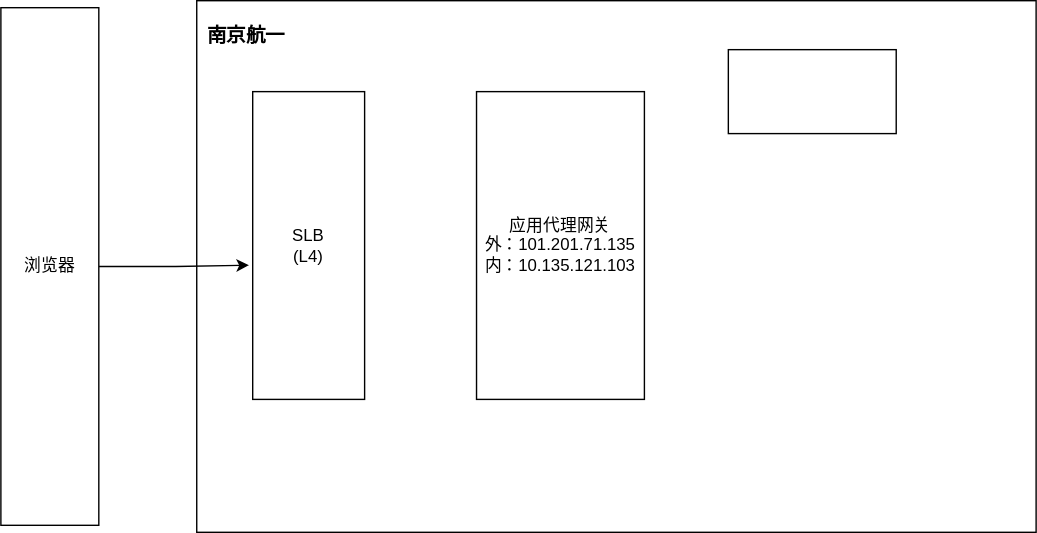
This is IDaaS应用网关代理网络拓扑图.svg from deepinsea/draw, a draw.io export, as it was before one commit. Source tidied: cells renumbered, new cells last; positions are measured from the earlier drawing's top-left corner, leaving out a move shared by most shapes.
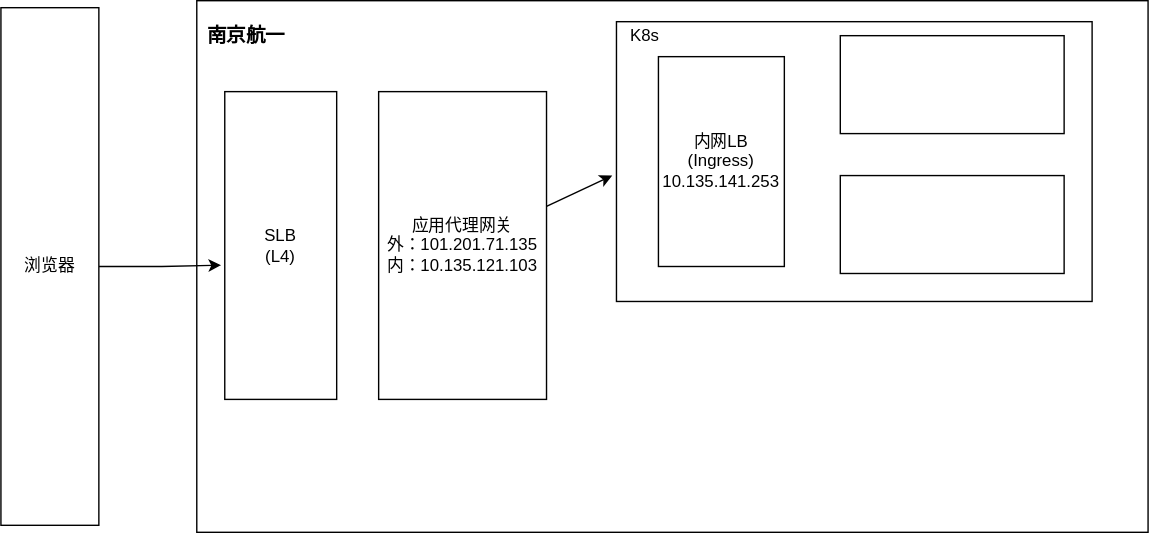
Above is the later version.

Commit message:
更新IDaaS应用网关代理网络拓扑图.svg

Diff of the diagram source:
```diff
@@ -3,7 +3,7 @@
     <mxCell id="0" />
     <mxCell id="1" parent="0" />
     <mxCell id="2" style="rounded=0;whiteSpace=wrap;html=1;" parent="1" vertex="1">
-      <mxGeometry x="140" width="600" height="380" as="geometry" />
+      <mxGeometry x="140" width="680" height="380" as="geometry" />
     </mxCell>
     <mxCell id="3" style="edgeStyle=orthogonalEdgeStyle;rounded=0;jettySize=auto;html=1;entryX=-0.033;entryY=0.564;entryDx=0;entryDy=0;entryPerimeter=0;" parent="1" edge="1" source="4" target="5">
       <mxGeometry relative="1" as="geometry" />
@@ -12,16 +12,31 @@
       <mxGeometry y="5" width="70" height="370" as="geometry" />
     </mxCell>
     <mxCell id="5" value="SLB&lt;br&gt;(L4)" style="whiteSpace=wrap;html=1;" parent="1" vertex="1">
-      <mxGeometry x="180" y="65" width="80" height="220" as="geometry" />
+      <mxGeometry x="160" y="65" width="80" height="220" as="geometry" />
     </mxCell>
     <mxCell id="6" value="&lt;b&gt;&lt;font style=&quot;font-size: 14px&quot;&gt;南京航一&lt;/font&gt;&lt;/b&gt;" style="text;html=1;align=center;verticalAlign=middle;fillColor=none;strokeColor=none;rounded=0;" parent="1" vertex="1">
       <mxGeometry x="140" y="15" width="70" height="20" as="geometry" />
     </mxCell>
+    <mxCell id="9" style="edgeStyle=none;rounded=0;jettySize=auto;html=1;entryX=-0.009;entryY=0.55;entryDx=0;entryDy=0;entryPerimeter=0;" parent="1" edge="1" source="7" target="8">
+      <mxGeometry relative="1" as="geometry" />
+    </mxCell>
     <mxCell id="7" value="应用代理网关&lt;br&gt;外：101.201.71.135&lt;br&gt;内：10.135.121.103" style="whiteSpace=wrap;html=1;" parent="1" vertex="1">
-      <mxGeometry x="340" y="65" width="120" height="220" as="geometry" />
+      <mxGeometry x="270" y="65" width="120" height="220" as="geometry" />
     </mxCell>
     <mxCell id="8" style="rounded=0;whiteSpace=wrap;html=1;" parent="1" vertex="1">
-      <mxGeometry x="520" y="35" width="120" height="60" as="geometry" />
+      <mxGeometry x="440" y="15" width="340" height="200" as="geometry" />
     </mxCell>
+    <mxCell id="10" value="内网LB&lt;br&gt;(Ingress)&lt;br&gt;10.135.141.253" style="rounded=0;whiteSpace=wrap;html=1;" parent="1" vertex="1">
+      <mxGeometry x="470" y="40" width="90" height="150" as="geometry" />
+    </mxCell>
+    <mxCell id="11" style="rounded=0;whiteSpace=wrap;html=1;" parent="1" vertex="1">
+      <mxGeometry x="600" y="25" width="160" height="70" as="geometry" />
+    </mxCell>
+    <mxCell id="12" style="rounded=0;whiteSpace=wrap;html=1;" parent="1" vertex="1">
+      <mxGeometry x="600" y="125" width="160" height="70" as="geometry" />
+    </mxCell>
+    <mxCell id="13" value="K8s" style="text;html=1;align=center;verticalAlign=middle;fillColor=none;strokeColor=none;rounded=0;" parent="1" vertex="1">
+      <mxGeometry x="440" y="15" width="40" height="20" as="geometry" />
+    </mxCell>
   </root>
 </mxGraphModel>
```
